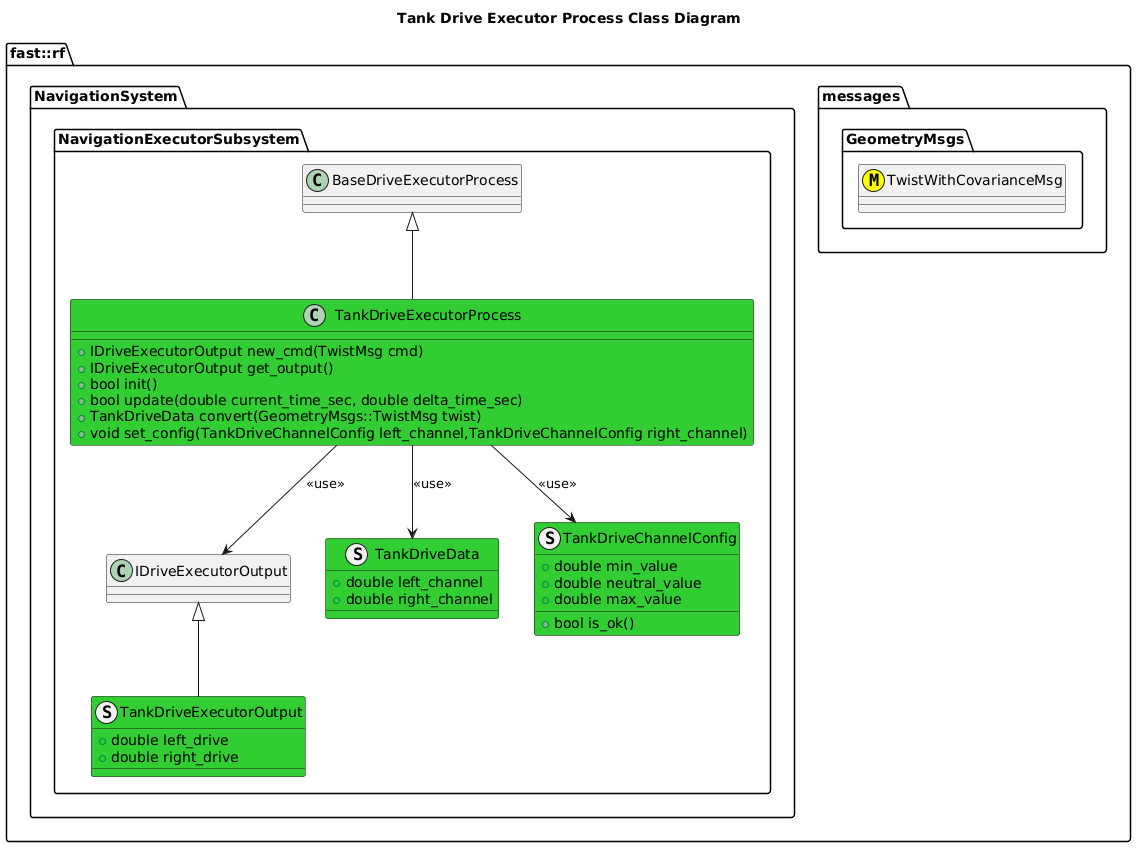
The PlantUML diagram Systems/Navigation/Subsystems/NavigationExecutor/Processes/DriveExecutor/doc/ProcessImplementations/puml/TankDriveExecutorClassDiagram.png in fastrobotics/robot_framework, before a commit.
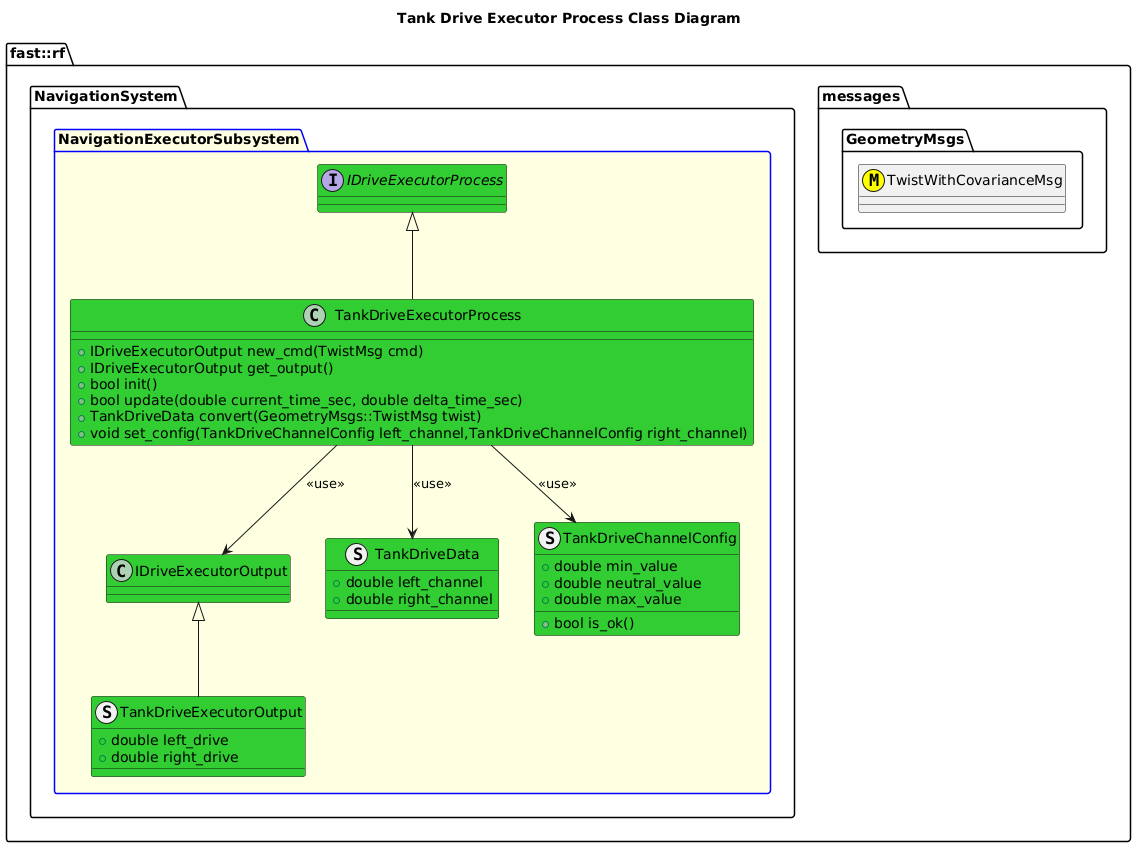
After the commit.

Change to the diagram source:
```diff
@@ -8,9 +8,9 @@
     }
   }
   namespace NavigationSystem {
-    namespace NavigationExecutorSubsystem {
-      class BaseDriveExecutorProcess
-      class IDriveExecutorOutput
+    package NavigationExecutorSubsystem #LightYellow;line:blue {
+      interface IDriveExecutorProcess #LimeGreen
+      class IDriveExecutorOutput #LimeGreen
       struct TankDriveData #LimeGreen {
           +double left_channel
           +double right_channel
@@ -34,7 +34,7 @@
           +TankDriveData convert(GeometryMsgs::TwistMsg twist)
           +void set_config(TankDriveChannelConfig left_channel,TankDriveChannelConfig right_channel)
       }
-      TankDriveExecutorProcess -up-|> BaseDriveExecutorProcess
+      TankDriveExecutorProcess -up-|> IDriveExecutorProcess
       TankDriveExecutorProcess --> IDriveExecutorOutput: <<use>>
       TankDriveExecutorProcess --> TankDriveData: <<use>>
       TankDriveExecutorProcess --> TankDriveChannelConfig: <<use>>
```
